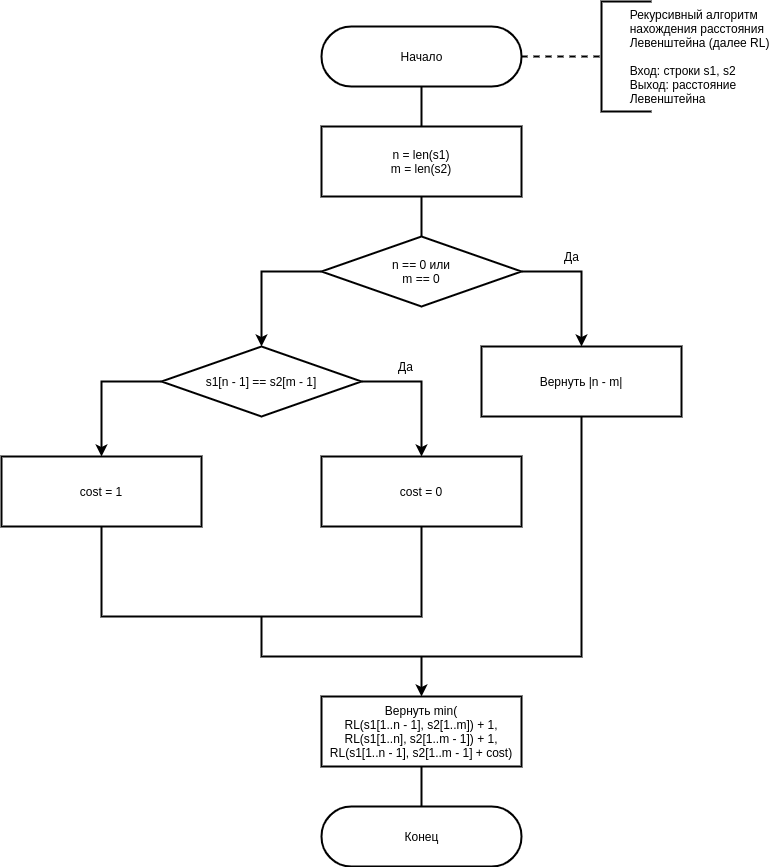
The draw.io diagram lab_01/doc/tex/img/recursive.png in hamzreg/bmstu-aa, before a commit. Source tidied: cells renumbered, new cells last; positions are measured from the earlier drawing's top-left corner, leaving out a move shared by most shapes. The source it was exported from:
```xml
<mxGraphModel>
  <root>
    <mxCell id="0" />
    <mxCell id="1" parent="0" />
    <mxCell id="2" style="edgeStyle=orthogonalEdgeStyle;rounded=0;jettySize=auto;html=1;entryX=0;entryY=0.5;entryDx=0;entryDy=0;entryPerimeter=0;endArrow=none;endFill=0;strokeWidth=2;dashed=1;exitX=1;exitY=0.5;exitDx=0;exitDy=0;exitPerimeter=0;" parent="1" edge="1" source="4" target="6">
      <mxGeometry relative="1" as="geometry">
        <Array as="points">
          <mxPoint x="540" y="55" />
          <mxPoint x="540" y="55" />
        </Array>
      </mxGeometry>
    </mxCell>
    <mxCell id="3" style="edgeStyle=orthogonalEdgeStyle;rounded=0;jettySize=auto;html=1;exitX=0.5;exitY=0.5;exitDx=0;exitDy=30;exitPerimeter=0;entryX=0.5;entryY=0;entryDx=0;entryDy=0;endArrow=none;endFill=0;strokeWidth=2;" parent="1" edge="1" source="4" target="20">
      <mxGeometry relative="1" as="geometry" />
    </mxCell>
    <mxCell id="4" value="&lt;font style=&quot;font-size: 12px&quot;&gt;Начало&lt;/font&gt;" style="html=1;dashed=0;whitespace=wrap;shape=mxgraph.dfd.start;strokeWidth=2;" parent="1" vertex="1">
      <mxGeometry x="320" y="25" width="200" height="60" as="geometry" />
    </mxCell>
    <mxCell id="5" style="edgeStyle=orthogonalEdgeStyle;rounded=0;orthogonalLoop=1;jettySize=auto;html=1;exitX=0.5;exitY=1;exitDx=0;exitDy=0;" parent="1" edge="1">
      <mxGeometry relative="1" as="geometry">
        <mxPoint x="370" y="175" as="sourcePoint" />
        <mxPoint x="370" y="175" as="targetPoint" />
      </mxGeometry>
    </mxCell>
    <mxCell id="6" value="&lt;div&gt;&lt;span style=&quot;white-space: pre&quot;&gt;&#9;&lt;/span&gt;Рекурсивный алгоритм&lt;/div&gt;&lt;div&gt;&lt;span style=&quot;white-space: pre&quot;&gt;&#9;&lt;/span&gt;нахождения расстояния&lt;/div&gt;&lt;div&gt;&lt;span style=&quot;white-space: pre&quot;&gt;&#9;&lt;/span&gt;Левенштейна (далее RL)&amp;nbsp;&lt;/div&gt;&lt;div&gt;&lt;span&gt;&lt;br&gt;&lt;/span&gt;&lt;/div&gt;&lt;span style=&quot;white-space: pre&quot;&gt;&#9;&lt;/span&gt;Вход: строки s1, s2&lt;br&gt;&lt;span style=&quot;white-space: pre&quot;&gt;&#9;&lt;/span&gt;Выход: расстояние &lt;br&gt;&lt;span style=&quot;white-space: pre&quot;&gt;&#9;&lt;/span&gt;Левенштейна" style="strokeWidth=2;html=1;shape=mxgraph.flowchart.annotation_1;align=left;" parent="1" vertex="1">
      <mxGeometry x="600" width="50" height="110" as="geometry" />
    </mxCell>
    <mxCell id="7" style="edgeStyle=orthogonalEdgeStyle;rounded=0;jettySize=auto;html=1;exitX=0;exitY=0.5;exitDx=0;exitDy=0;entryX=0.5;entryY=0;entryDx=0;entryDy=0;endArrow=classic;endFill=1;strokeWidth=2;" parent="1" edge="1" source="9" target="18">
      <mxGeometry relative="1" as="geometry" />
    </mxCell>
    <mxCell id="8" style="edgeStyle=orthogonalEdgeStyle;rounded=0;jettySize=auto;html=1;exitX=1;exitY=0.5;exitDx=0;exitDy=0;entryX=0.5;entryY=0;entryDx=0;entryDy=0;endArrow=classic;endFill=1;strokeWidth=2;" parent="1" edge="1" source="9" target="16">
      <mxGeometry relative="1" as="geometry" />
    </mxCell>
    <mxCell id="9" value="&lt;font style=&quot;font-size: 12px&quot;&gt;s1[n - 1] == s2[m - 1]&lt;/font&gt;" style="rhombus;whiteSpace=wrap;html=1;strokeWidth=2;" parent="1" vertex="1">
      <mxGeometry x="160" y="345" width="200" height="70" as="geometry" />
    </mxCell>
    <mxCell id="10" style="edgeStyle=orthogonalEdgeStyle;rounded=0;jettySize=auto;html=1;exitX=1;exitY=0.5;exitDx=0;exitDy=0;entryX=0.5;entryY=0;entryDx=0;entryDy=0;endArrow=classic;endFill=1;strokeWidth=2;" parent="1" edge="1" source="12" target="22">
      <mxGeometry relative="1" as="geometry" />
    </mxCell>
    <mxCell id="11" style="edgeStyle=orthogonalEdgeStyle;rounded=0;jettySize=auto;html=1;exitX=0;exitY=0.5;exitDx=0;exitDy=0;entryX=0.5;entryY=0;entryDx=0;entryDy=0;endArrow=classic;endFill=1;strokeWidth=2;" parent="1" edge="1" source="12" target="9">
      <mxGeometry relative="1" as="geometry" />
    </mxCell>
    <mxCell id="12" value="&lt;span&gt;n == 0 или&lt;br&gt;m == 0&lt;br&gt;&lt;/span&gt;" style="rhombus;whiteSpace=wrap;html=1;strokeWidth=2;" parent="1" vertex="1">
      <mxGeometry x="320" y="235" width="200" height="70" as="geometry" />
    </mxCell>
    <mxCell id="13" style="edgeStyle=orthogonalEdgeStyle;rounded=0;jettySize=auto;html=1;exitX=0.5;exitY=0;exitDx=0;exitDy=0;endArrow=classic;endFill=1;strokeWidth=2;entryX=0.5;entryY=0;entryDx=0;entryDy=0;" parent="1" edge="1" target="15">
      <mxGeometry relative="1" as="geometry">
        <mxPoint x="420" y="655" as="sourcePoint" />
      </mxGeometry>
    </mxCell>
    <mxCell id="14" style="edgeStyle=orthogonalEdgeStyle;rounded=0;jettySize=auto;html=1;exitX=0.5;exitY=1;exitDx=0;exitDy=0;entryX=0.5;entryY=0.5;entryDx=0;entryDy=-30;entryPerimeter=0;endArrow=none;endFill=0;strokeWidth=2;" parent="1" edge="1" source="15" target="24">
      <mxGeometry relative="1" as="geometry" />
    </mxCell>
    <mxCell id="15" value="&lt;font style=&quot;font-size: 12px&quot;&gt;Вернуть min(&lt;br&gt;RL(s1[1..n - 1], s2[1..m]) + 1,&lt;br&gt;RL(s1[1..n], s2[1..m - 1]) + 1,&lt;br&gt;RL(s1[1..n - 1], s2[1..m - 1] + cost)&lt;br&gt;&lt;/font&gt;" style="rounded=0;whiteSpace=wrap;html=1;strokeWidth=2;" parent="1" vertex="1">
      <mxGeometry x="320" y="695" width="200" height="70" as="geometry" />
    </mxCell>
    <mxCell id="16" value="&lt;font&gt;&lt;font style=&quot;font-size: 12px&quot;&gt;cost = 0&lt;/font&gt;&lt;br&gt;&lt;/font&gt;" style="rounded=0;whiteSpace=wrap;html=1;strokeWidth=2;" parent="1" vertex="1">
      <mxGeometry x="320" y="455" width="200" height="70" as="geometry" />
    </mxCell>
    <mxCell id="17" style="edgeStyle=orthogonalEdgeStyle;rounded=0;jettySize=auto;html=1;exitX=0.5;exitY=1;exitDx=0;exitDy=0;entryX=0.5;entryY=1;entryDx=0;entryDy=0;endArrow=none;endFill=0;strokeWidth=2;" parent="1" edge="1" source="18" target="16">
      <mxGeometry relative="1" as="geometry">
        <Array as="points">
          <mxPoint x="100" y="615" />
          <mxPoint x="420" y="615" />
        </Array>
      </mxGeometry>
    </mxCell>
    <mxCell id="18" value="&lt;font&gt;&lt;font style=&quot;font-size: 12px&quot;&gt;cost = 1&lt;/font&gt;&lt;br&gt;&lt;/font&gt;" style="rounded=0;whiteSpace=wrap;html=1;strokeWidth=2;" parent="1" vertex="1">
      <mxGeometry y="455" width="200" height="70" as="geometry" />
    </mxCell>
    <mxCell id="19" style="edgeStyle=orthogonalEdgeStyle;rounded=0;jettySize=auto;html=1;exitX=0.5;exitY=1;exitDx=0;exitDy=0;entryX=0.5;entryY=0;entryDx=0;entryDy=0;endArrow=none;endFill=0;strokeWidth=2;" parent="1" edge="1" source="20" target="12">
      <mxGeometry relative="1" as="geometry" />
    </mxCell>
    <mxCell id="20" value="&lt;font&gt;n = len(s1)&lt;br&gt;m = len(s2)&lt;br&gt;&lt;/font&gt;" style="rounded=0;whiteSpace=wrap;html=1;strokeWidth=2;" parent="1" vertex="1">
      <mxGeometry x="320" y="125" width="200" height="70" as="geometry" />
    </mxCell>
    <mxCell id="21" style="edgeStyle=orthogonalEdgeStyle;rounded=0;jettySize=auto;html=1;exitX=0.5;exitY=1;exitDx=0;exitDy=0;endArrow=none;endFill=0;strokeWidth=2;" parent="1" edge="1" source="22">
      <mxGeometry relative="1" as="geometry">
        <mxPoint x="260" y="615" as="targetPoint" />
        <Array as="points">
          <mxPoint x="580" y="655" />
          <mxPoint x="260" y="655" />
        </Array>
      </mxGeometry>
    </mxCell>
    <mxCell id="22" value="&lt;font&gt;Вернуть |n - m|&lt;br&gt;&lt;/font&gt;" style="rounded=0;whiteSpace=wrap;html=1;strokeWidth=2;" parent="1" vertex="1">
      <mxGeometry x="480" y="345" width="200" height="70" as="geometry" />
    </mxCell>
    <mxCell id="23" value="Да" style="text;html=1;align=center;verticalAlign=middle;strokeColor=none;" parent="1" vertex="1">
      <mxGeometry x="555" y="245" width="30" height="20" as="geometry" />
    </mxCell>
    <mxCell id="24" value="&lt;font style=&quot;font-size: 12px&quot;&gt;Конец&lt;/font&gt;" style="html=1;dashed=0;whitespace=wrap;shape=mxgraph.dfd.start;strokeWidth=2;" parent="1" vertex="1">
      <mxGeometry x="320" y="805" width="200" height="60" as="geometry" />
    </mxCell>
    <mxCell id="25" value="Да" style="text;html=1;align=center;verticalAlign=middle;strokeColor=none;" parent="1" vertex="1">
      <mxGeometry x="389" y="355" width="30" height="20" as="geometry" />
    </mxCell>
  </root>
</mxGraphModel>
```
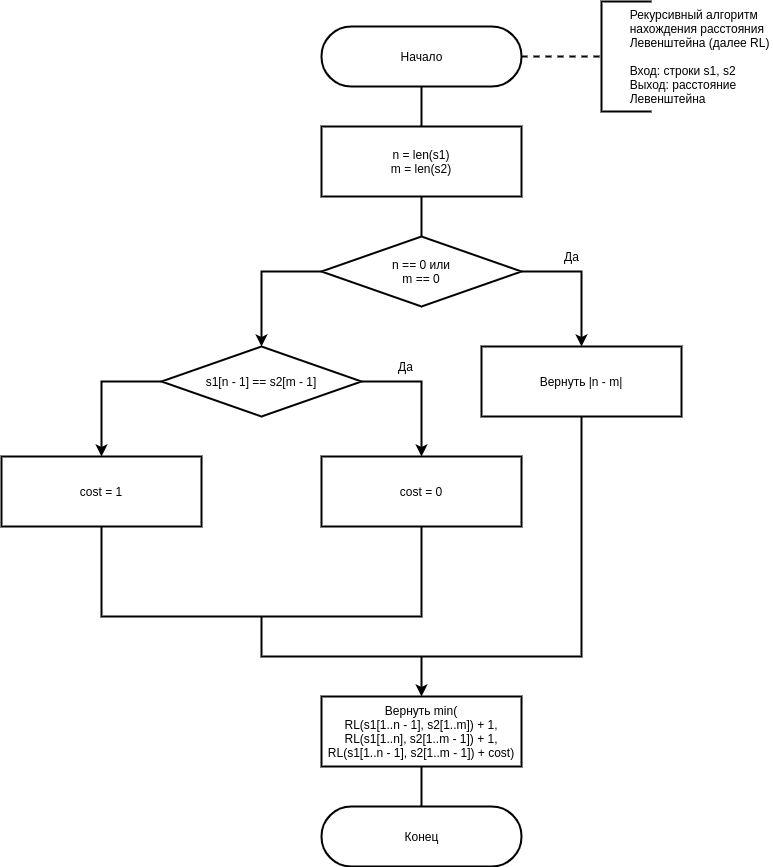
Above is the later version.

Change to the diagram source:
```diff
@@ -51,7 +51,7 @@
     <mxCell id="14" style="edgeStyle=orthogonalEdgeStyle;rounded=0;jettySize=auto;html=1;exitX=0.5;exitY=1;exitDx=0;exitDy=0;entryX=0.5;entryY=0.5;entryDx=0;entryDy=-30;entryPerimeter=0;endArrow=none;endFill=0;strokeWidth=2;" parent="1" edge="1" source="15" target="24">
       <mxGeometry relative="1" as="geometry" />
     </mxCell>
-    <mxCell id="15" value="&lt;font style=&quot;font-size: 12px&quot;&gt;Вернуть min(&lt;br&gt;RL(s1[1..n - 1], s2[1..m]) + 1,&lt;br&gt;RL(s1[1..n], s2[1..m - 1]) + 1,&lt;br&gt;RL(s1[1..n - 1], s2[1..m - 1] + cost)&lt;br&gt;&lt;/font&gt;" style="rounded=0;whiteSpace=wrap;html=1;strokeWidth=2;" parent="1" vertex="1">
+    <mxCell id="15" value="&lt;font style=&quot;font-size: 12px&quot;&gt;Вернуть min(&lt;br&gt;RL(s1[1..n - 1], s2[1..m]) + 1,&lt;br&gt;RL(s1[1..n], s2[1..m - 1]) + 1,&lt;br&gt;RL(s1[1..n - 1], s2[1..m - 1]) + cost)&lt;br&gt;&lt;/font&gt;" style="rounded=0;whiteSpace=wrap;html=1;strokeWidth=2;" parent="1" vertex="1">
       <mxGeometry x="320" y="695" width="200" height="70" as="geometry" />
     </mxCell>
     <mxCell id="16" value="&lt;font&gt;&lt;font style=&quot;font-size: 12px&quot;&gt;cost = 0&lt;/font&gt;&lt;br&gt;&lt;/font&gt;" style="rounded=0;whiteSpace=wrap;html=1;strokeWidth=2;" parent="1" vertex="1">
```
